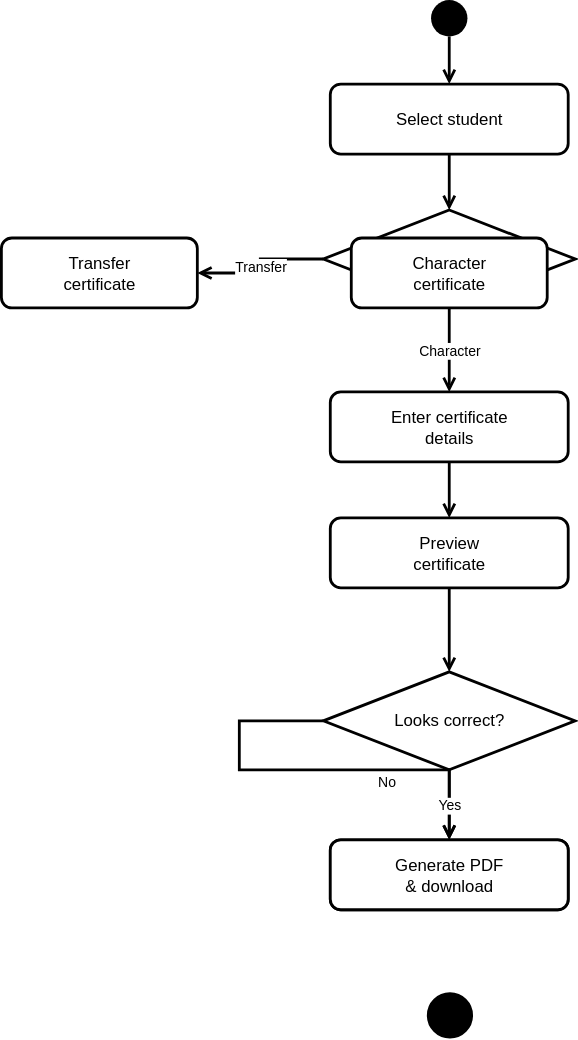
Before: design/activity-diagrams/certificate-activity.svg, a diagram exported from draw.io (blissed-out/cse_220_week_8). Source tidied: cells renumbered, new cells last; positions are measured from the earlier drawing's top-left corner, leaving out a move shared by most shapes.
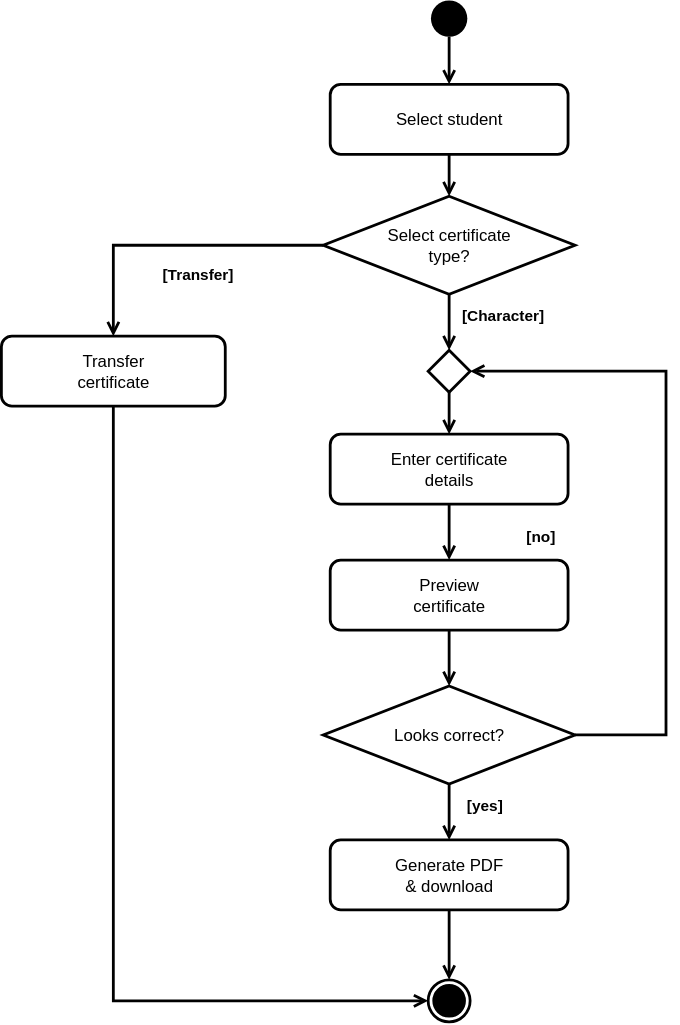
After the commit.

Commit message:
fix(design): standardize certificate activity diagram UML conventions

The edit, as a diff of the source:
```diff
@@ -3,94 +3,114 @@
     <mxCell id="0" />
     <mxCell id="1" parent="0" />
     <mxCell id="2" style="ellipse;shape=ellipse;fillColor=#000000;strokeColor=none;html=1;" parent="1" vertex="1">
-      <mxGeometry x="307" width="26" height="26" as="geometry" />
+      <mxGeometry x="302" width="26" height="26" as="geometry" />
     </mxCell>
     <mxCell id="3" value="Select student" style="rounded=1;whiteSpace=wrap;html=1;fillColor=#ffffff;strokeColor=#000000;fontSize=12;strokeWidth=2;fontColor=#000000;" parent="1" vertex="1">
-      <mxGeometry x="235" y="60" width="170" height="50" as="geometry" />
+      <mxGeometry x="230" y="60" width="170" height="50" as="geometry" />
     </mxCell>
-    <mxCell id="4" value="Choose certificate&#10;type" style="shape=rhombus;whiteSpace=wrap;html=1;fillColor=#ffffff;strokeColor=#000000;fontSize=12;strokeWidth=2;fontColor=#000000;" parent="1" vertex="1">
-      <mxGeometry x="230" y="150" width="180" height="70" as="geometry" />
+    <mxCell id="4" value="Select certificate&#10;type?" style="shape=rhombus;whiteSpace=wrap;html=1;fillColor=#ffffff;strokeColor=#000000;fontSize=12;strokeWidth=2;fontColor=#000000;" parent="1" vertex="1">
+      <mxGeometry x="225" y="140" width="180" height="70" as="geometry" />
     </mxCell>
     <mxCell id="5" value="Transfer&#10;certificate" style="rounded=1;whiteSpace=wrap;html=1;fillColor=#ffffff;strokeColor=#000000;fontSize=12;strokeWidth=2;fontColor=#000000;" parent="1" vertex="1">
-      <mxGeometry y="170" width="140" height="50" as="geometry" />
+      <mxGeometry x="-5" y="240" width="160" height="50" as="geometry" />
     </mxCell>
-    <mxCell id="6" value="Character&#10;certificate" style="rounded=1;whiteSpace=wrap;html=1;fillColor=#ffffff;strokeColor=#000000;fontSize=12;strokeWidth=2;fontColor=#000000;" parent="1" vertex="1">
-      <mxGeometry x="250" y="170" width="140" height="50" as="geometry" />
-    </mxCell>
+    <mxCell id="21" style="shape=rhombus;whiteSpace=wrap;html=1;fillColor=#ffffff;strokeColor=#000000;strokeWidth=2;" parent="1" vertex="1">
+      <mxGeometry x="300" y="250" width="30" height="30" as="geometry" />
+    </mxCell>
     <mxCell id="7" value="Enter certificate&#10;details" style="rounded=1;whiteSpace=wrap;html=1;fillColor=#ffffff;strokeColor=#000000;fontSize=12;strokeWidth=2;fontColor=#000000;" parent="1" vertex="1">
-      <mxGeometry x="235" y="280" width="170" height="50" as="geometry" />
+      <mxGeometry x="230" y="310" width="170" height="50" as="geometry" />
     </mxCell>
     <mxCell id="8" value="Preview&#10;certificate" style="rounded=1;whiteSpace=wrap;html=1;fillColor=#ffffff;strokeColor=#000000;fontSize=12;strokeWidth=2;fontColor=#000000;" parent="1" vertex="1">
-      <mxGeometry x="235" y="370" width="170" height="50" as="geometry" />
+      <mxGeometry x="230" y="400" width="170" height="50" as="geometry" />
     </mxCell>
     <mxCell id="9" value="Looks correct?" style="shape=rhombus;whiteSpace=wrap;html=1;fillColor=#ffffff;strokeColor=#000000;fontSize=12;strokeWidth=2;fontColor=#000000;" parent="1" vertex="1">
-      <mxGeometry x="230" y="480" width="180" height="70" as="geometry" />
+      <mxGeometry x="225" y="490" width="180" height="70" as="geometry" />
     </mxCell>
-    <mxCell id="10" value="Edit details" style="rounded=1;whiteSpace=wrap;html=1;fillColor=#ffffff;strokeColor=#000000;fontSize=12;strokeWidth=2;fontColor=#000000;" parent="1" vertex="1">
-      <mxGeometry x="235" y="600" width="170" height="50" as="geometry" />
-    </mxCell>
     <mxCell id="11" value="Generate PDF&#10;&amp; download" style="rounded=1;whiteSpace=wrap;html=1;fillColor=#ffffff;strokeColor=#000000;fontSize=12;strokeWidth=2;fontColor=#000000;" parent="1" vertex="1">
-      <mxGeometry x="235" y="600" width="170" height="50" as="geometry" />
+      <mxGeometry x="230" y="600" width="170" height="50" as="geometry" />
     </mxCell>
-    <mxCell id="12" style="ellipse;shape=ellipse;fillColor=#000000;strokeColor=#000000;html=1;strokeWidth=3;" parent="1" vertex="1">
-      <mxGeometry x="305" y="710" width="30" height="30" as="geometry" />
+    <mxCell id="12" style="ellipse;html=1;shape=endState;fillColor=#000000;strokeColor=#000000;strokeWidth=2;" parent="1" vertex="1">
+      <mxGeometry x="300" y="700" width="30" height="30" as="geometry" />
     </mxCell>
     <mxCell id="13" style="endArrow=open;endFill=0;html=1;rounded=0;fontSize=10;strokeWidth=2;strokeColor=#000000;" parent="1" edge="1">
       <mxGeometry as="geometry">
-        <mxPoint x="320" y="26" as="sourcePoint" />
-        <mxPoint x="320" y="60" as="targetPoint" />
+        <mxPoint x="315" y="26" as="sourcePoint" />
+        <mxPoint x="315" y="60" as="targetPoint" />
       </mxGeometry>
     </mxCell>
     <mxCell id="14" style="endArrow=open;endFill=0;html=1;rounded=0;fontSize=10;strokeWidth=2;strokeColor=#000000;" parent="1" edge="1">
       <mxGeometry as="geometry">
-        <mxPoint x="320" y="110" as="sourcePoint" />
-        <mxPoint x="320" y="150" as="targetPoint" />
+        <mxPoint x="315" y="110" as="sourcePoint" />
+        <mxPoint x="315" y="140" as="targetPoint" />
       </mxGeometry>
     </mxCell>
-    <mxCell id="15" value="Transfer" style="endArrow=open;endFill=0;html=1;rounded=0;fontSize=10;strokeWidth=2;fontColor=#000000;strokeColor=#000000;" parent="1" edge="1">
+    <mxCell id="15" value="[Transfer]" style="endArrow=open;endFill=0;html=1;rounded=0;fontSize=11;fontColor=#000000;fontStyle=1;strokeWidth=2;strokeColor=#000000;" parent="1" edge="1">
       <mxGeometry as="geometry">
-        <mxPoint x="230" y="185" as="sourcePoint" />
-        <mxPoint x="140" y="195" as="targetPoint" />
+        <mxPoint x="225" y="175" as="sourcePoint" />
+        <mxPoint x="75" y="240" as="targetPoint" />
         <Array as="points">
-          <mxPoint x="185" y="185" />
-          <mxPoint x="185" y="195" />
+          <mxPoint x="75" y="175" />
         </Array>
+        <mxPoint x="-15" y="-12" as="offset" />
       </mxGeometry>
     </mxCell>
-    <mxCell id="16" value="Character" style="endArrow=open;endFill=0;html=1;rounded=0;fontSize=10;strokeWidth=2;fontColor=#000000;strokeColor=#000000;" parent="1" edge="1">
+    <mxCell id="16" value="[Character]" style="endArrow=open;endFill=0;html=1;rounded=0;fontSize=11;fontColor=#000000;fontStyle=1;strokeWidth=2;strokeColor=#000000;" parent="1" edge="1">
       <mxGeometry as="geometry">
-        <mxPoint x="320" y="220" as="sourcePoint" />
-        <mxPoint x="320" y="280" as="targetPoint" />
+        <mxPoint x="315" y="210" as="sourcePoint" />
+        <mxPoint x="315" y="250" as="targetPoint" />
+        <mxPoint x="38" y="-5" as="offset" />
       </mxGeometry>
     </mxCell>
     <mxCell id="17" style="endArrow=open;endFill=0;html=1;rounded=0;fontSize=10;strokeWidth=2;strokeColor=#000000;" parent="1" edge="1">
       <mxGeometry as="geometry">
-        <mxPoint x="320" y="330" as="sourcePoint" />
-        <mxPoint x="320" y="370" as="targetPoint" />
+        <mxPoint x="315" y="280" as="sourcePoint" />
+        <mxPoint x="315" y="310" as="targetPoint" />
       </mxGeometry>
     </mxCell>
     <mxCell id="18" style="endArrow=open;endFill=0;html=1;rounded=0;fontSize=10;strokeWidth=2;strokeColor=#000000;" parent="1" edge="1">
       <mxGeometry as="geometry">
-        <mxPoint x="320" y="420" as="sourcePoint" />
-        <mxPoint x="320" y="480" as="targetPoint" />
+        <mxPoint x="315" y="360" as="sourcePoint" />
+        <mxPoint x="315" y="400" as="targetPoint" />
       </mxGeometry>
     </mxCell>
-    <mxCell id="19" value="No" style="endArrow=open;endFill=0;html=1;rounded=0;fontSize=10;strokeWidth=2;fontColor=#000000;strokeColor=#000000;" parent="1" edge="1">
+    <mxCell id="19" style="endArrow=open;endFill=0;html=1;rounded=0;fontSize=10;strokeWidth=2;strokeColor=#000000;" parent="1" edge="1">
       <mxGeometry as="geometry">
-        <mxPoint x="230" y="515" as="sourcePoint" />
-        <mxPoint x="320" y="600" as="targetPoint" />
-        <Array as="points">
-          <mxPoint x="170" y="515" />
-          <mxPoint x="170" y="550" />
-          <mxPoint x="320" y="550" />
-        </Array>
+        <mxPoint x="315" y="450" as="sourcePoint" />
+        <mxPoint x="315" y="490" as="targetPoint" />
       </mxGeometry>
     </mxCell>
-    <mxCell id="20" value="Yes" style="endArrow=open;endFill=0;html=1;rounded=0;fontSize=10;strokeWidth=2;fontColor=#000000;strokeColor=#000000;" parent="1" edge="1">
+    <mxCell id="20" value="[no]" style="endArrow=open;endFill=0;html=1;rounded=0;fontSize=11;fontColor=#000000;fontStyle=1;strokeWidth=2;strokeColor=#000000;" parent="1" edge="1">
       <mxGeometry as="geometry">
-        <mxPoint x="320" y="550" as="sourcePoint" />
-        <mxPoint x="320" y="600" as="targetPoint" />
+        <mxPoint x="405" y="525" as="sourcePoint" />
+        <mxPoint x="330" y="265" as="targetPoint" />
+        <Array as="points">
+          <mxPoint x="470" y="525" />
+          <mxPoint x="470" y="265" />
+        </Array>
+        <mxPoint x="12" y="-12" as="offset" />
       </mxGeometry>
     </mxCell>
+    <mxCell id="22" value="[yes]" style="endArrow=open;endFill=0;html=1;rounded=0;fontSize=11;fontColor=#000000;fontStyle=1;strokeWidth=2;strokeColor=#000000;" parent="1" edge="1">
+      <mxGeometry as="geometry">
+        <mxPoint x="315" y="560" as="sourcePoint" />
+        <mxPoint x="315" y="600" as="targetPoint" />
+        <mxPoint x="25" y="-5" as="offset" />
+      </mxGeometry>
+    </mxCell>
+    <mxCell id="23" style="endArrow=open;endFill=0;html=1;rounded=0;fontSize=10;strokeWidth=2;strokeColor=#000000;" parent="1" edge="1">
+      <mxGeometry as="geometry">
+        <mxPoint x="315" y="650" as="sourcePoint" />
+        <mxPoint x="315" y="700" as="targetPoint" />
+      </mxGeometry>
+    </mxCell>
+    <mxCell id="24" style="endArrow=open;endFill=0;html=1;rounded=0;fontSize=10;strokeWidth=2;strokeColor=#000000;" parent="1" edge="1">
+      <mxGeometry as="geometry">
+        <mxPoint x="75" y="290" as="sourcePoint" />
+        <mxPoint x="300" y="715" as="targetPoint" />
+        <Array as="points">
+          <mxPoint x="75" y="715" />
+        </Array>
+      </mxGeometry>
+    </mxCell>
   </root>
 </mxGraphModel>
```
